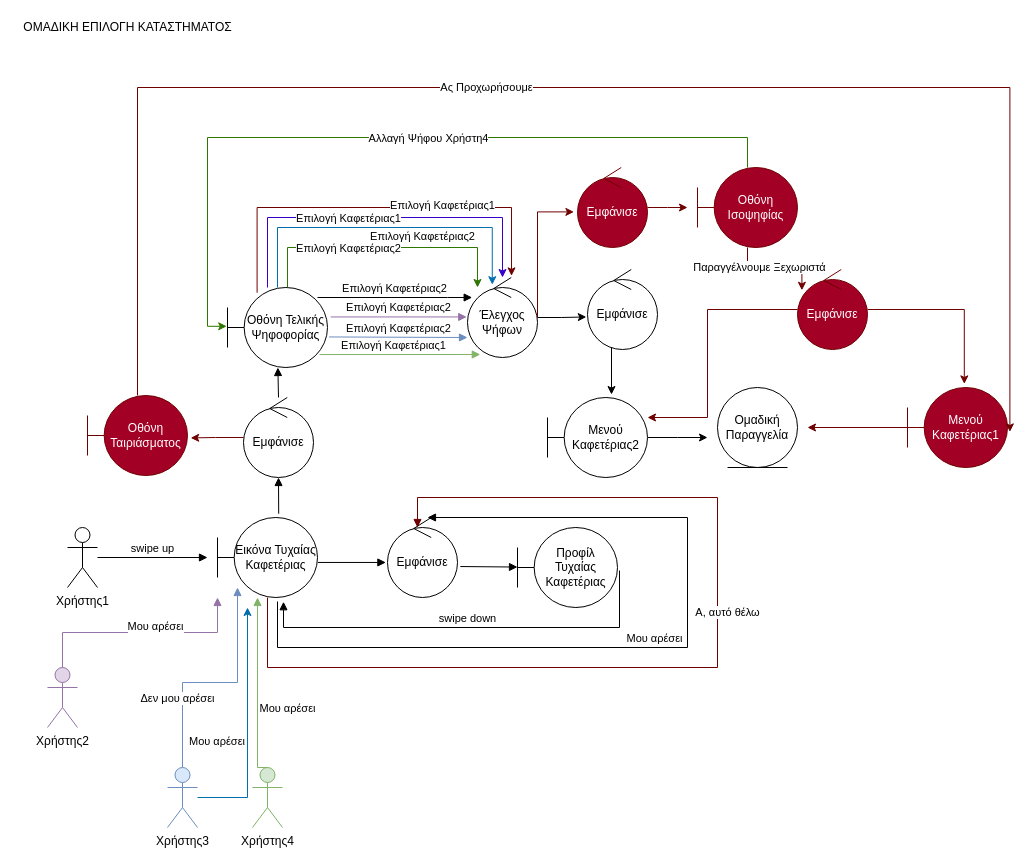
The draw.io diagram docs/contributions/AthanasiaZ/Writing-Charts/Phase3/Robustness Diagrams/Ομαδική Επιλογή Καφετέριας.drawio in iloudaros/nomnomr, before the edit. Source tidied: cells renumbered, new cells numbered last; positions are measured from the earlier drawing's top-left corner, leaving out a move shared by most shapes. Both pictures are drawn from the tidied source at 100%, with x=0, y=0 at pixel (17, 17).
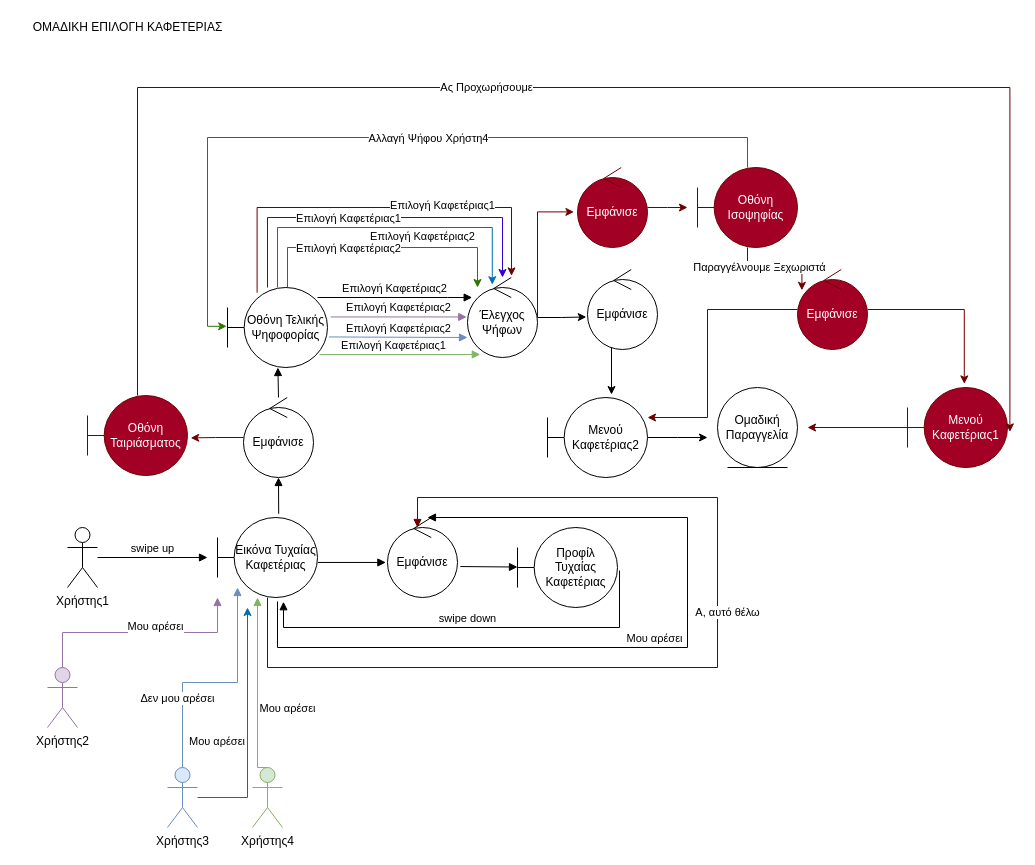
The same page after the edit.

Commit message (it also covers changes not shown here):
updated robustness diagrams

What changed in the source:
```diff
@@
-    <mxCell id="2" value="ΟΜΑΔΙΚΗ ΕΠΙΛΟΓΗ ΚΑΤΑΣΤΗΜΑΤΟΣ" style="text;html=1;align=center;verticalAlign=middle;strokeColor=none;fillColor=none;" parent="1" vertex="1">
-      <mxGeometry width="220" height="20" as="geometry" />
+    <mxCell id="2" value="ΟΜΑΔΙΚΗ ΕΠΙΛΟΓΗ ΚΑΦΕΤΕΡΙΑΣ" style="text;html=1;align=center;verticalAlign=middle;strokeColor=none;fillColor=none;" parent="1" vertex="1">
+      <mxGeometry x="5" width="210" height="20" as="geometry" />
     </mxCell>
```
